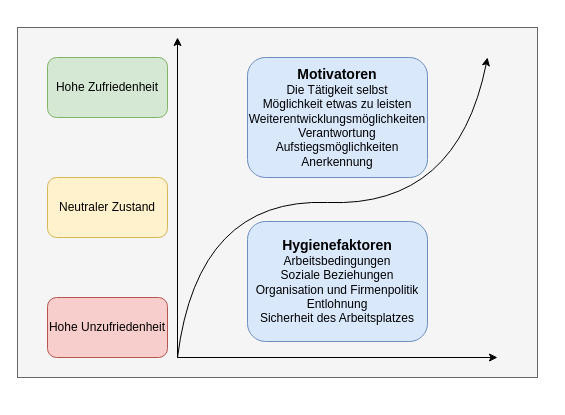
The draw.io diagram Zwei Faktoren Theorie von Herzberg.drawio in SirBing/UML, before the edit. Source tidied: cells renumbered, new cells numbered last; positions are measured from the earlier drawing's top-left corner, leaving out a move shared by most shapes. Both pictures are drawn from the tidied source at 100%, with x=0, y=0 at pixel (17, 27).
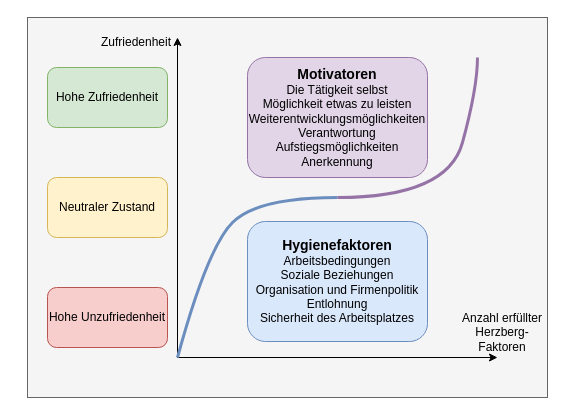
Above is the later version.

Diff of the diagram source:
```diff
@@
     <mxCell id="2" style="rounded=0;whiteSpace=wrap;html=1;fontSize=12;fillColor=#f5f5f5;fontColor=#333333;strokeColor=#666666;" parent="1" vertex="1">
-      <mxGeometry width="520" height="350" as="geometry" />
+      <mxGeometry x="10" y="-10" width="520" height="380" as="geometry" />
     </mxCell>
@@
     <mxCell id="5" value="Hohe Unzufriedenheit" style="rounded=1;whiteSpace=wrap;html=1;fillColor=#f8cecc;strokeColor=#b85450;" parent="1" vertex="1">
-      <mxGeometry x="30" y="270" width="120" height="60" as="geometry" />
+      <mxGeometry x="30" y="260" width="120" height="60" as="geometry" />
     </mxCell>
@@
     <mxCell id="7" value="Hohe Zufriedenheit" style="rounded=1;whiteSpace=wrap;html=1;fillColor=#d5e8d4;strokeColor=#82b366;" parent="1" vertex="1">
-      <mxGeometry x="30" y="30" width="120" height="60" as="geometry" />
+      <mxGeometry x="30" y="40" width="120" height="60" as="geometry" />
     </mxCell>
-    <mxCell id="8" style="curved=1;endArrow=classic;html=1;rounded=0;" parent="1" edge="1">
-      <mxGeometry relative="1" as="geometry">
-        <mxPoint x="160" y="330" as="sourcePoint" />
-        <mxPoint x="470" y="30" as="targetPoint" />
-        <Array as="points">
-          <mxPoint x="180" y="170" />
-          <mxPoint x="440" y="180" />
-        </Array>
-      </mxGeometry>
-    </mxCell>
@@
-    <mxCell id="10" value="&lt;div&gt;&lt;font size=&quot;1&quot;&gt;&lt;b style=&quot;font-size: 14px;&quot;&gt;Motivatoren&lt;/b&gt;&lt;/font&gt;&lt;/div&gt;Die Tätigkeit selbst&lt;br&gt;&lt;div&gt;&lt;font style=&quot;font-size: 12px;&quot;&gt;&lt;span style=&quot;&quot;&gt;Möglichkeit etwas zu leisten&lt;/span&gt;&lt;/font&gt;&lt;/div&gt;&lt;div&gt;&lt;font style=&quot;font-size: 12px;&quot;&gt;&lt;span style=&quot;&quot;&gt;Weiterentwicklungsmöglichkeiten&lt;/span&gt;&lt;/font&gt;&lt;/div&gt;&lt;div&gt;&lt;font style=&quot;font-size: 12px;&quot;&gt;&lt;span style=&quot;&quot;&gt;Verantwortung&lt;/span&gt;&lt;/font&gt;&lt;/div&gt;&lt;div&gt;&lt;font style=&quot;font-size: 12px;&quot;&gt;&lt;span style=&quot;&quot;&gt;Aufstiegsmöglichkeiten&lt;/span&gt;&lt;/font&gt;&lt;/div&gt;&lt;div&gt;&lt;font style=&quot;font-size: 12px;&quot;&gt;&lt;span style=&quot;&quot;&gt;Anerkennung&lt;br&gt;&lt;/span&gt;&lt;/font&gt;&lt;/div&gt;" style="rounded=1;whiteSpace=wrap;html=1;fillColor=#dae8fc;strokeColor=#6c8ebf;" parent="1" vertex="1">
+    <mxCell id="10" value="&lt;div&gt;&lt;font size=&quot;1&quot;&gt;&lt;b style=&quot;font-size: 14px;&quot;&gt;Motivatoren&lt;/b&gt;&lt;/font&gt;&lt;/div&gt;Die Tätigkeit selbst&lt;br&gt;&lt;div&gt;&lt;font style=&quot;font-size: 12px;&quot;&gt;&lt;span style=&quot;&quot;&gt;Möglichkeit etwas zu leisten&lt;/span&gt;&lt;/font&gt;&lt;/div&gt;&lt;div&gt;&lt;font style=&quot;font-size: 12px;&quot;&gt;&lt;span style=&quot;&quot;&gt;Weiterentwicklungsmöglichkeiten&lt;/span&gt;&lt;/font&gt;&lt;/div&gt;&lt;div&gt;&lt;font style=&quot;font-size: 12px;&quot;&gt;&lt;span style=&quot;&quot;&gt;Verantwortung&lt;/span&gt;&lt;/font&gt;&lt;/div&gt;&lt;div&gt;&lt;font style=&quot;font-size: 12px;&quot;&gt;&lt;span style=&quot;&quot;&gt;Aufstiegsmöglichkeiten&lt;/span&gt;&lt;/font&gt;&lt;/div&gt;&lt;div&gt;&lt;font style=&quot;font-size: 12px;&quot;&gt;&lt;span style=&quot;&quot;&gt;Anerkennung&lt;br&gt;&lt;/span&gt;&lt;/font&gt;&lt;/div&gt;" style="rounded=1;whiteSpace=wrap;html=1;fillColor=#e1d5e7;strokeColor=#9673a6;" parent="1" vertex="1">
       <mxGeometry x="230" y="30" width="180" height="120" as="geometry" />
     </mxCell>
+    <mxCell id="11" value="Zufriedenheit" style="text;html=1;strokeColor=none;fillColor=none;align=center;verticalAlign=middle;whiteSpace=wrap;rounded=0;fontSize=12;" parent="1" vertex="1">
+      <mxGeometry x="89" width="60" height="30" as="geometry" />
+    </mxCell>
+    <mxCell id="12" value="Anzahl erfüllter Herzberg- Faktoren" style="text;html=1;strokeColor=none;fillColor=none;align=center;verticalAlign=middle;whiteSpace=wrap;rounded=0;fontSize=12;" parent="1" vertex="1">
+      <mxGeometry x="440" y="290" width="90" height="30" as="geometry" />
+    </mxCell>
+    <mxCell id="13" style="curved=1;endArrow=none;html=1;rounded=0;strokeWidth=3;fontSize=12;endFill=0;fillColor=#dae8fc;strokeColor=#6c8ebf;" parent="1" edge="1">
+      <mxGeometry relative="1" as="geometry">
+        <mxPoint x="160" y="330" as="sourcePoint" />
+        <mxPoint x="320" y="170" as="targetPoint" />
+        <Array as="points">
+          <mxPoint x="190" y="220" />
+          <mxPoint x="240" y="170" />
+        </Array>
+      </mxGeometry>
+    </mxCell>
+    <mxCell id="14" style="curved=1;endArrow=none;html=1;rounded=0;strokeWidth=3;fontSize=12;endFill=0;fillColor=#e1d5e7;strokeColor=#9673a6;" parent="1" edge="1">
+      <mxGeometry relative="1" as="geometry">
+        <mxPoint x="320" y="170" as="sourcePoint" />
+        <mxPoint x="460" y="30" as="targetPoint" />
+        <Array as="points">
+          <mxPoint x="430" y="170" />
+          <mxPoint x="460" y="60" />
+        </Array>
+      </mxGeometry>
+    </mxCell>
```
